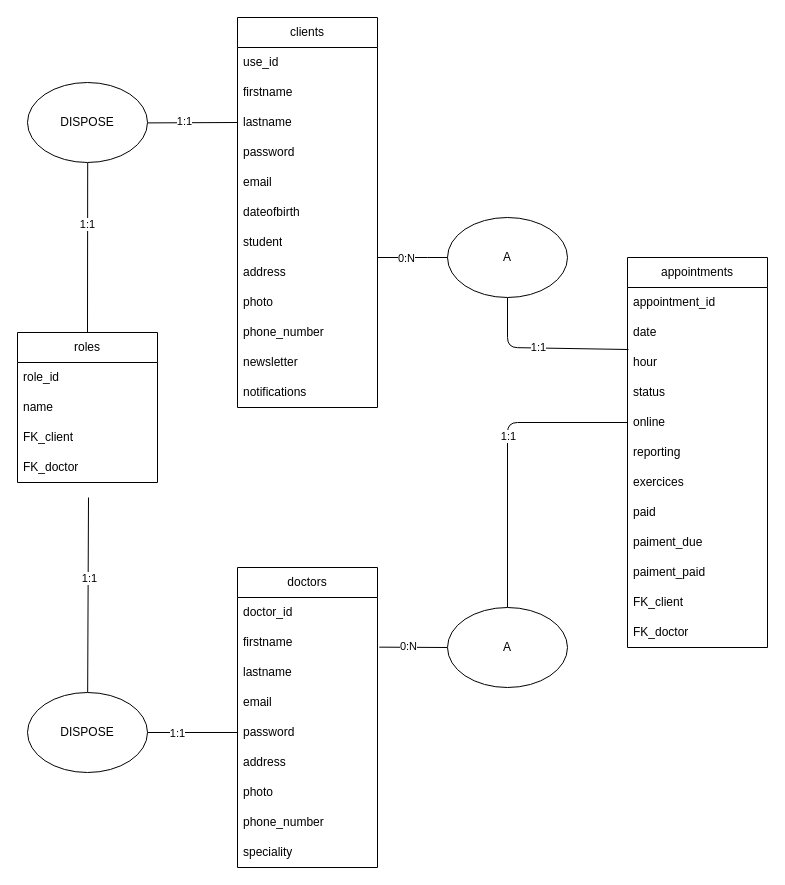
AlexSearha/KL-sophro-React-Back keeps this draw.io diagram as mld/mld.drawio. Above is the earlier version. Source tidied: cells renumbered, new cells numbered last; positions are measured from the earlier drawing's top-left corner, leaving out a move shared by most shapes. Both pictures are drawn from the tidied source at 100%, with x=0, y=0 at pixel (17, 17).
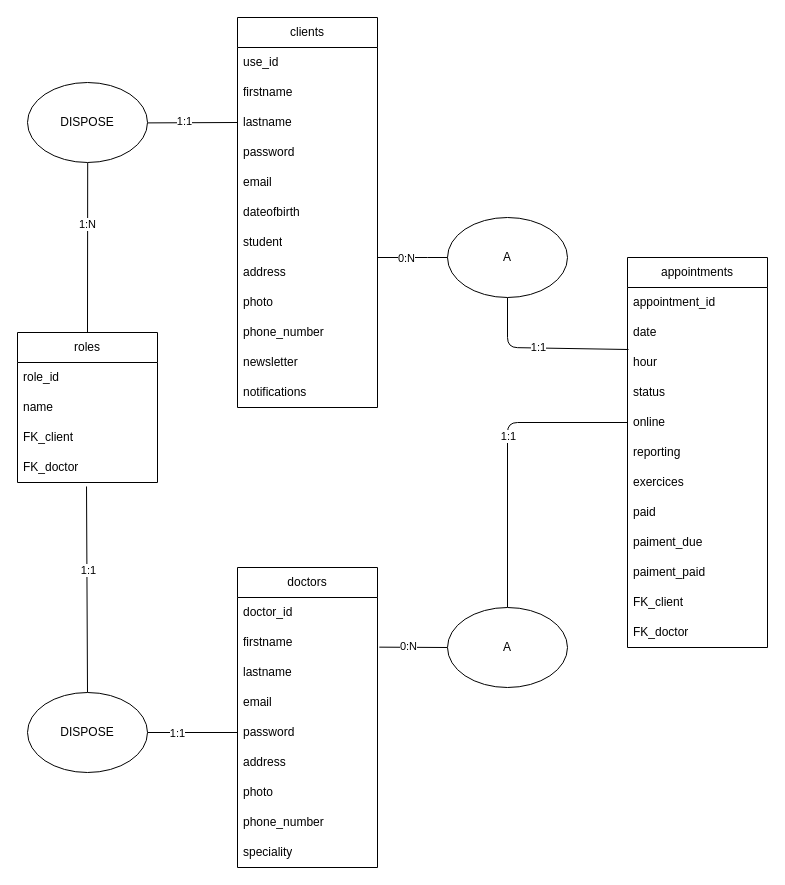
The same page after the edit.

Unchanged cells that the change refers to:
```xml
<mxCell id="42" value="FK_doctor" style="text;strokeColor=none;fillColor=none;align=left;verticalAlign=middle;spacingLeft=4;spacingRight=4;overflow=hidden;points=[[0,0.5],[1,0.5]];portConstraint=eastwest;whiteSpace=wrap;html=1;" parent="38" vertex="1">
  <mxGeometry y="120" width="140" height="30" as="geometry" />
</mxCell>
<mxCell id="55" style="edgeStyle=none;html=1;entryX=0.5;entryY=0;entryDx=0;entryDy=0;endArrow=none;endFill=0;" parent="1" edge="1" source="57" target="38">
  <mxGeometry relative="1" as="geometry" />
</mxCell>
<mxCell id="62" value="DISPOSE" style="ellipse;whiteSpace=wrap;html=1;" parent="1" vertex="1">
  <mxGeometry x="10" y="675" width="120" height="80" as="geometry" />
</mxCell>
```

Change to the diagram source:
```diff
@@
-    <mxCell id="56" value="1:1" style="edgeLabel;html=1;align=center;verticalAlign=middle;" parent="55" vertex="1">
+    <mxCell id="56" value="1:N" style="edgeLabel;html=1;align=center;verticalAlign=middle;" parent="55" vertex="1">
       <mxGeometry x="-0.27" y="-1" relative="1" as="geometry" />
     </mxCell>
@@
-    <mxCell id="58" style="edgeStyle=none;html=1;endArrow=none;endFill=0;" parent="1" edge="1" source="62">
-      <mxGeometry relative="1" as="geometry">
-        <mxPoint x="71" y="480" as="targetPoint" />
-      </mxGeometry>
+    <mxCell id="58" style="edgeStyle=none;html=1;endArrow=none;endFill=0;entryX=0.493;entryY=1.133;entryDx=0;entryDy=0;entryPerimeter=0;" parent="1" edge="1" source="62" target="42">
+      <mxGeometry relative="1" as="geometry" />
     </mxCell>
```
